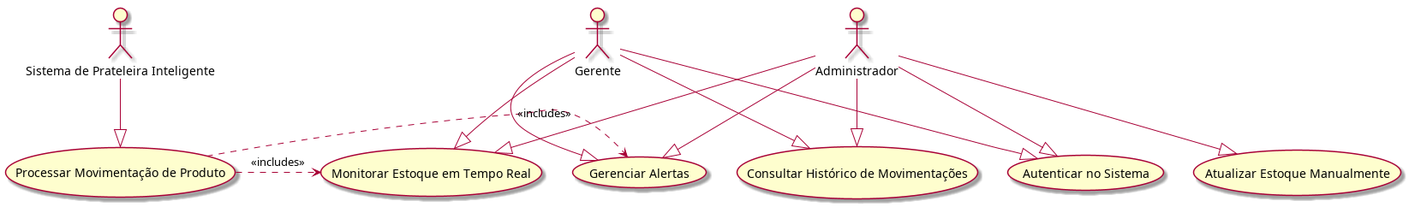
Earlier version of the PlantUML export docs/UMLs/Casos de Uso/Caso de Uso Simplificado/casos de uso simplificado.png (Harthuz/TCC-RFID). Its source is kept beside it as docs/UMLs/Casos de Uso/Caso de Uso Simplificado/casos de uso simplificado.puml.
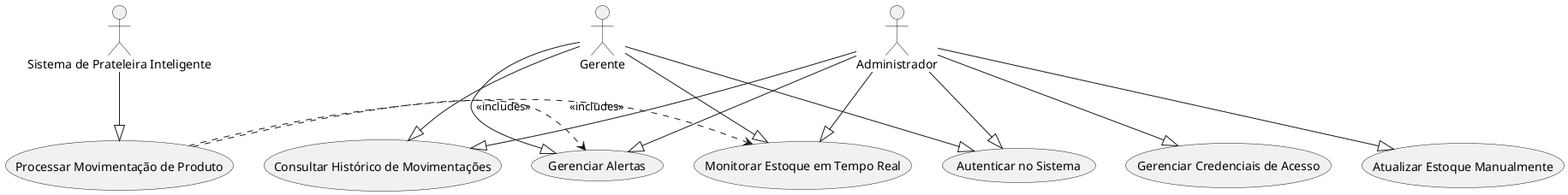
After the commit.

Commit message:
docs: adicionar documentação casos de uso

Diff of the diagram source:
```diff
@@ -9,6 +9,7 @@
 usecase "Atualizar Estoque Manualmente" as AtualizarEstoque
 usecase "Autenticar no Sistema" as Autenticar
 usecase "Processar Movimentação de Produto" as ProcessarMovimentacao
+usecase "Gerenciar Credenciais de Acesso" as GerenciarCredenciais
 
 Gerente --|> Autenticar
 Admin --|> Autenticar
@@ -21,6 +22,7 @@
 Admin --|> GerenciarAlertas
 Admin --|> ConsultarHistorico
 Admin --|> AtualizarEstoque
+Admin --|> GerenciarCredenciais
 
 SPI --|> ProcessarMovimentacao
 ProcessarMovimentacao .> MonitorarEstoque : <<includes>>
```
